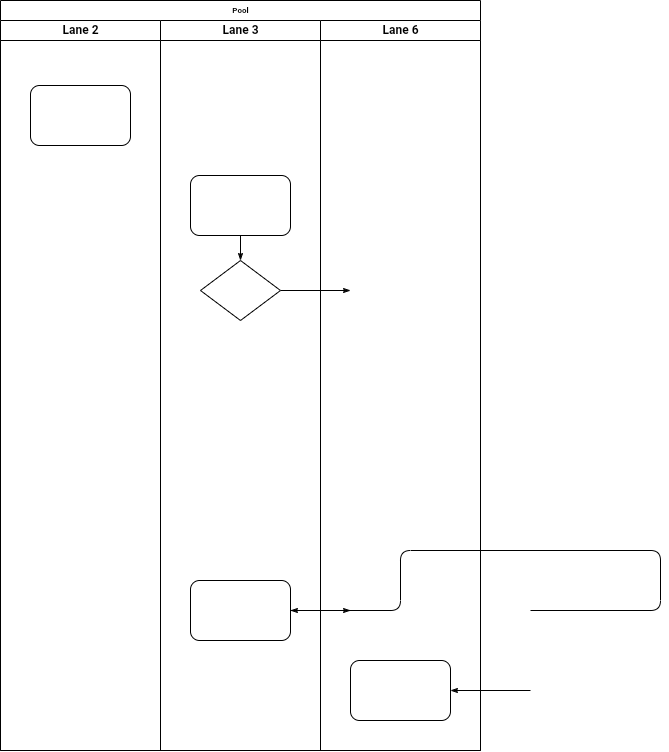
Before: Диаграмма деятельности.drawio.png, a diagram exported from draw.io (Avokada/ais_mtuci). Source tidied: cells renumbered, new cells last; positions are measured from the earlier drawing's top-left corner, leaving out a move shared by most shapes.
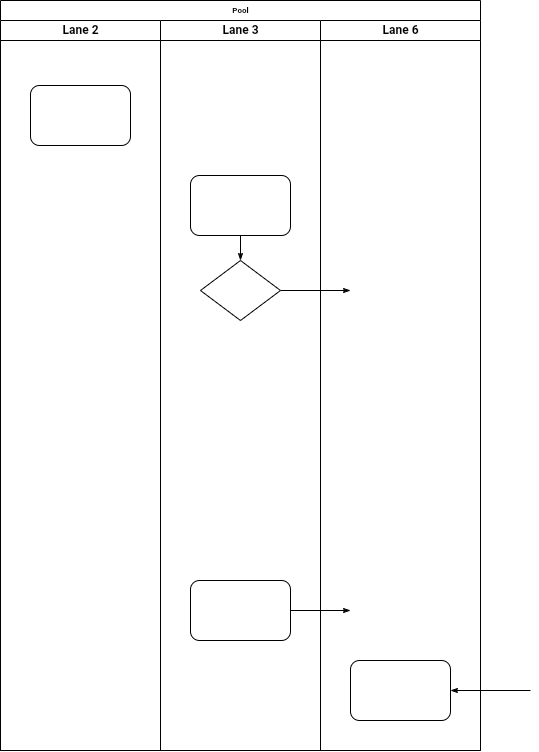
After the change.

Diff of the diagram source:
```diff
@@ -15,16 +15,6 @@
         <mxPoint x="530" y="690" as="sourcePoint" />
       </mxGeometry>
     </mxCell>
-    <mxCell id="5" style="edgeStyle=orthogonalEdgeStyle;rounded=1;html=1;labelBackgroundColor=none;startArrow=none;startFill=0;startSize=5;endArrow=classicThin;endFill=1;endSize=5;jettySize=auto;strokeWidth=1;fontFamily=Verdana;fontSize=8;" parent="2" edge="1" target="12">
-      <mxGeometry relative="1" as="geometry">
-        <mxPoint x="530" y="610" as="sourcePoint" />
-        <Array as="points">
-          <mxPoint x="660" y="610" />
-          <mxPoint x="660" y="550" />
-          <mxPoint x="400" y="550" />
-        </Array>
-      </mxGeometry>
-    </mxCell>
     <mxCell id="6" style="edgeStyle=orthogonalEdgeStyle;rounded=1;html=1;labelBackgroundColor=none;startArrow=none;startFill=0;startSize=5;endArrow=classicThin;endFill=1;endSize=5;jettySize=auto;strokeWidth=1;fontFamily=Verdana;fontSize=8;" parent="2" edge="1" source="12">
       <mxGeometry relative="1" as="geometry">
         <mxPoint x="350" y="610" as="targetPoint" />
```
